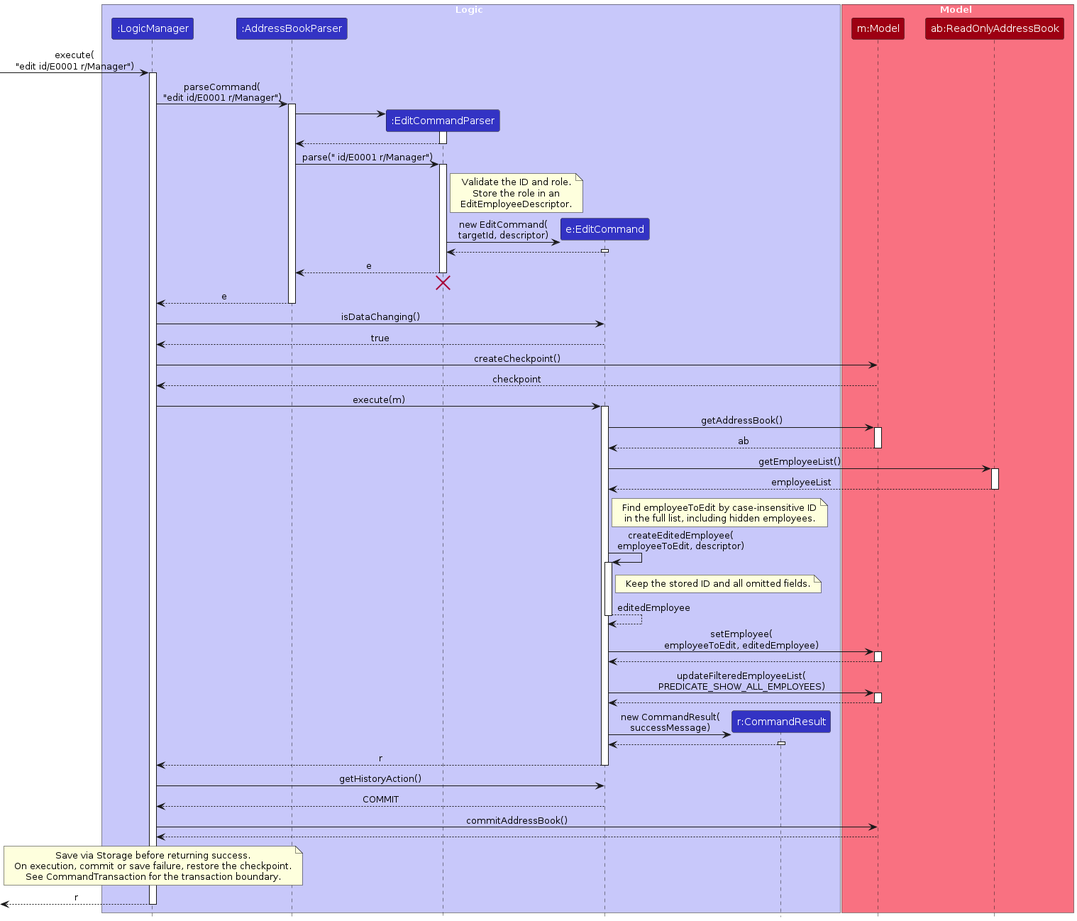
Earlier version of the PlantUML export diagrams/EditSequenceDiagram.png (AY2627S1-CS2103T-W10-4/tp). Its source is kept beside it as diagrams/EditSequenceDiagram.puml.
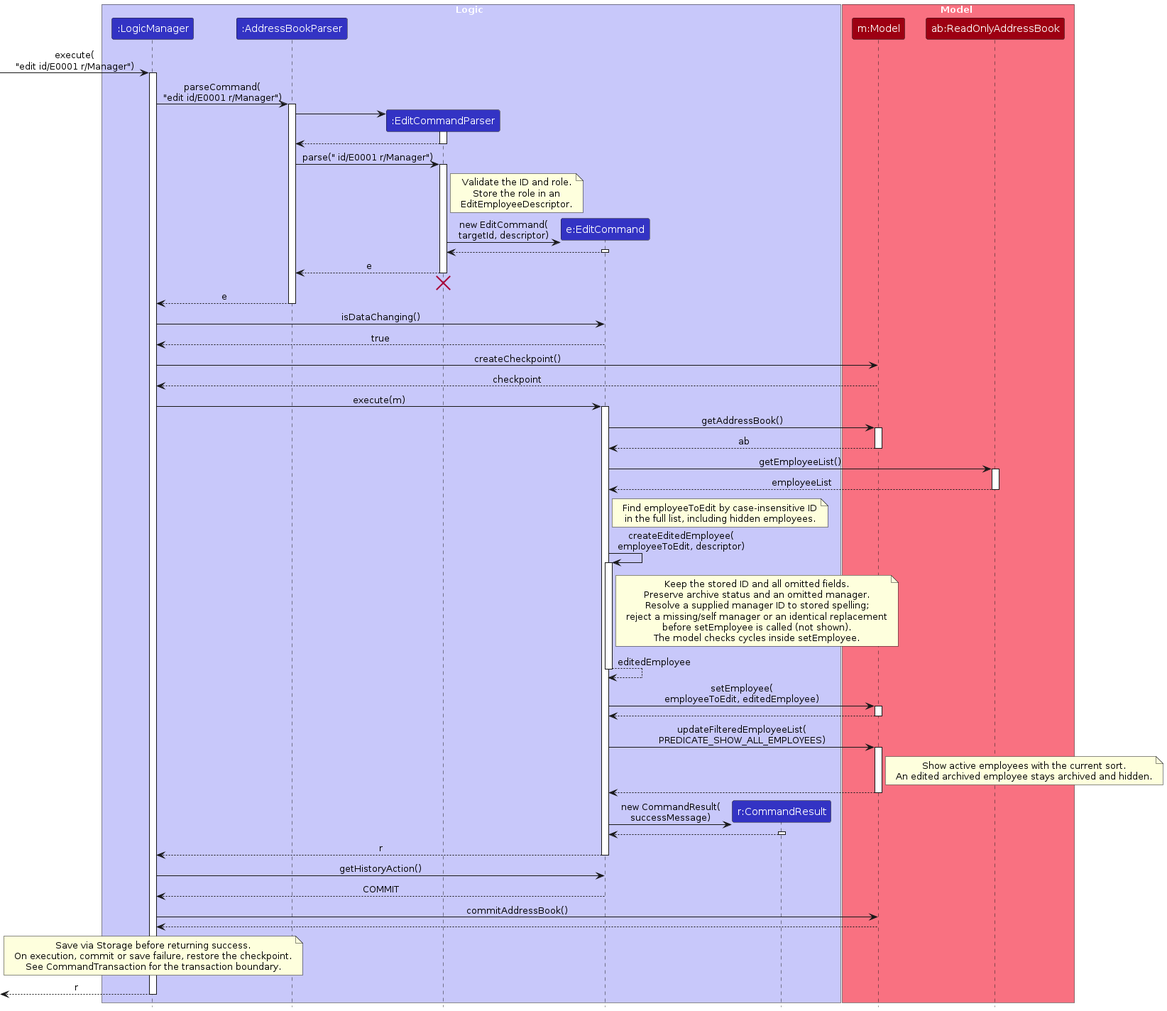
The same file after the commit.

What changed in the source:
```diff
@@ -76,6 +76,11 @@
 activate EditCommand
 note right of EditCommand
 Keep the stored ID and all omitted fields.
+Preserve archive status and an omitted manager.
+Resolve a supplied manager ID to stored spelling;
+reject a missing/self manager or an identical replacement
+before setEmployee is called (not shown).
+The model checks cycles inside setEmployee.
 end note
 EditCommand --> EditCommand : editedEmployee
 deactivate EditCommand
@@ -87,6 +92,10 @@
 
 EditCommand -> Model : updateFilteredEmployeeList(\nPREDICATE_SHOW_ALL_EMPLOYEES)
 activate Model
+note right of Model
+Show active employees with the current sort.
+An edited archived employee stays archived and hidden.
+end note
 Model --> EditCommand
 deactivate Model
 
```
